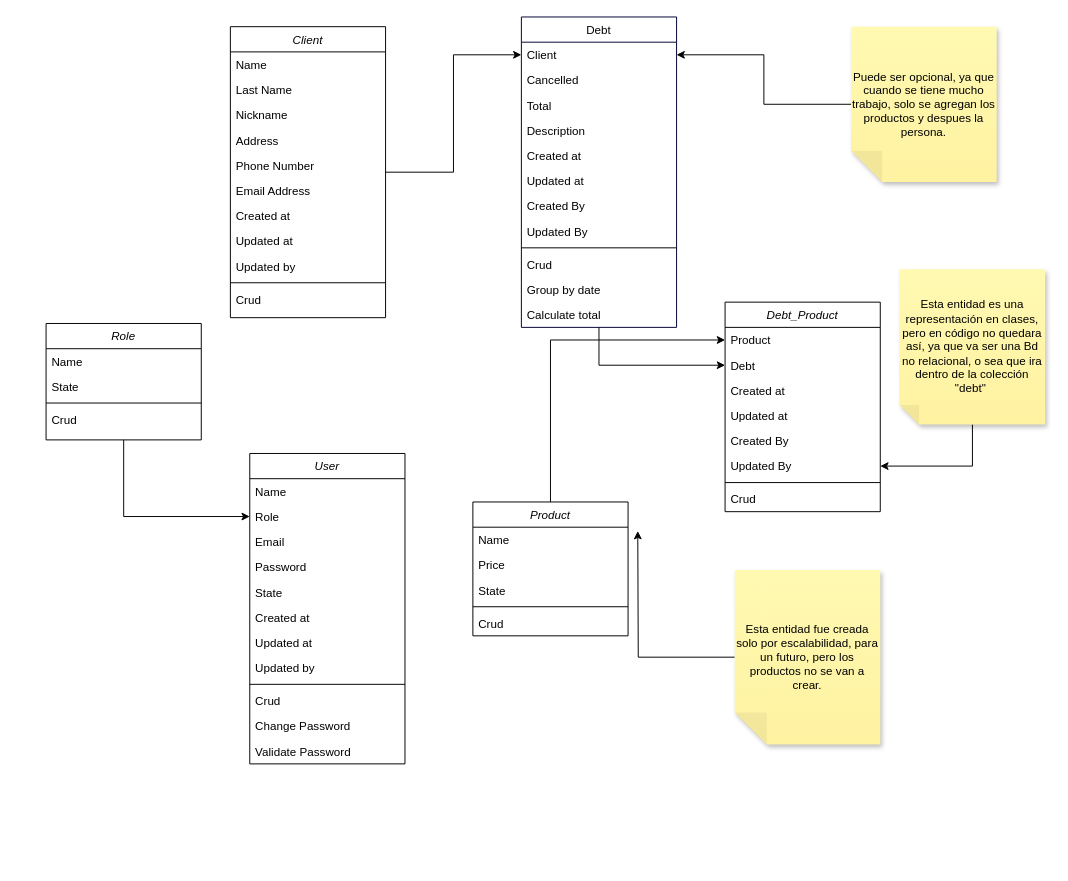
Before: Diagrama sin título.drawio in JohnatanRamos/debt-control-api, a draw.io diagram. Source tidied: cells renumbered, new cells numbered last; positions are measured from the earlier drawing's top-left corner, leaving out a move shared by most shapes. Both pictures are drawn from the tidied source at 97%, with x=0, y=0 at pixel (46, 16).
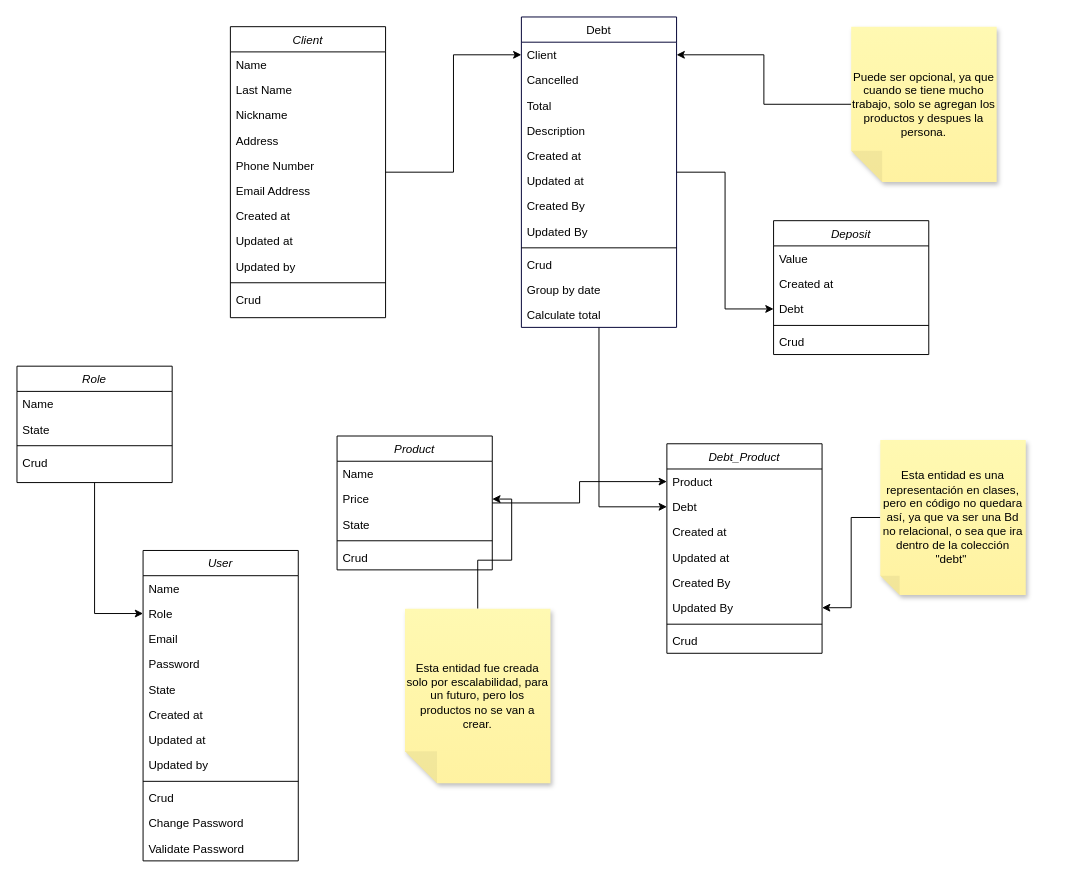
After the change.

The change refers to these unchanged cells:
```xml
<mxCell id="16" value="Debt" style="swimlane;fontStyle=0;align=center;verticalAlign=top;horizontal=1;startSize=26;rounded=0;shadow=0;strokeWidth=1;strokeColor=#000033;labelBorderColor=none;" parent="1" vertex="1">
  <mxGeometry x="490" width="160" height="320" as="geometry" />
</mxCell>
<mxCell id="32" value="Price" style="text;align=left;verticalAlign=top;spacingLeft=4;spacingRight=4;overflow=hidden;points=[[0,0.5],[1,0.5]];portConstraint=eastwest;rounded=0;shadow=0;html=0;labelBorderColor=none;" parent="30" vertex="1">
  <mxGeometry y="52" width="160" height="26" as="geometry" />
</mxCell>
```

The edit, as a diff of the source:
```diff
@@
+    <mxCell id="70" style="edgeStyle=orthogonalEdgeStyle;rounded=0;jettySize=auto;html=1;" parent="1" edge="1" source="16" target="74">
+      <mxGeometry relative="1" as="geometry" />
+    </mxCell>
@@
     <mxCell id="30" value="Product" style="swimlane;fontStyle=2;align=center;verticalAlign=top;horizontal=1;startSize=26;rounded=0;shadow=0;strokeWidth=1;labelBorderColor=none;" parent="1" vertex="1">
-      <mxGeometry x="440" y="500" width="160" height="138" as="geometry" />
+      <mxGeometry x="300" y="432" width="160" height="138" as="geometry" />
     </mxCell>
@@
     <mxCell id="36" value="User" style="swimlane;fontStyle=2;align=center;verticalAlign=top;horizontal=1;startSize=26;rounded=0;shadow=0;strokeWidth=1;labelBorderColor=none;" parent="1" vertex="1">
-      <mxGeometry x="210" y="450" width="160" height="320" as="geometry" />
+      <mxGeometry x="100" y="550" width="160" height="320" as="geometry" />
     </mxCell>
@@
     <mxCell id="50" value="Role" style="swimlane;fontStyle=2;align=center;verticalAlign=top;horizontal=1;startSize=26;rounded=0;shadow=0;strokeWidth=1;labelBorderColor=none;" parent="1" vertex="1">
-      <mxGeometry y="316" width="160" height="120" as="geometry" />
+      <mxGeometry x="-30" y="360" width="160" height="120" as="geometry" />
     </mxCell>
@@
-    <mxCell id="57" style="edgeStyle=orthogonalEdgeStyle;rounded=0;jettySize=auto;html=1;" parent="1" edge="1" source="58">
-      <mxGeometry relative="1" as="geometry">
-        <mxPoint x="610" y="530" as="targetPoint" />
-      </mxGeometry>
+    <mxCell id="57" style="edgeStyle=orthogonalEdgeStyle;rounded=0;jettySize=auto;html=1;entryX=1;entryY=0.5;entryDx=0;entryDy=0;" parent="1" edge="1" source="58" target="32">
+      <mxGeometry relative="1" as="geometry" />
     </mxCell>
     <mxCell id="58" value="Esta entidad fue creada solo por escalabilidad, para un futuro, pero los productos no se van a crear." style="shape=note;whiteSpace=wrap;html=1;backgroundOutline=1;fontColor=#000000;darkOpacity=0.05;fillColor=#FFF9B2;strokeColor=none;fillStyle=solid;direction=west;gradientDirection=north;gradientColor=#FFF2A1;shadow=1;size=33;" parent="1" vertex="1">
-      <mxGeometry x="710" y="570" width="150" height="180" as="geometry" />
+      <mxGeometry x="370" y="610" width="150" height="180" as="geometry" />
     </mxCell>
     <mxCell id="59" value="Debt_Product" style="swimlane;fontStyle=2;align=center;verticalAlign=top;horizontal=1;startSize=26;rounded=0;shadow=0;strokeWidth=1;labelBorderColor=none;" parent="1" vertex="1">
-      <mxGeometry x="700" y="294" width="160" height="216" as="geometry" />
+      <mxGeometry x="640" y="440" width="160" height="216" as="geometry" />
     </mxCell>
@@
     <mxCell id="69" value="Esta entidad es una representación en clases, pero en código no quedara así, ya que va ser una Bd no relacional, o sea que ira dentro de la colección &quot;debt&quot;&amp;nbsp;" style="shape=note;whiteSpace=wrap;html=1;backgroundOutline=1;fontColor=#000000;darkOpacity=0.05;fillColor=#FFF9B2;strokeColor=none;fillStyle=solid;direction=west;gradientDirection=north;gradientColor=#FFF2A1;shadow=1;size=20;" parent="1" vertex="1">
-      <mxGeometry x="880" y="260" width="150" height="160" as="geometry" />
+      <mxGeometry x="860" y="436" width="150" height="160" as="geometry" />
     </mxCell>
+    <mxCell id="71" value="Deposit" style="swimlane;fontStyle=2;align=center;verticalAlign=top;horizontal=1;startSize=26;rounded=0;shadow=0;strokeWidth=1;labelBorderColor=none;" parent="1" vertex="1">
+      <mxGeometry x="750" y="210" width="160" height="138" as="geometry" />
+    </mxCell>
+    <mxCell id="72" value="Value" style="text;align=left;verticalAlign=top;spacingLeft=4;spacingRight=4;overflow=hidden;labelBorderColor=none;" parent="71" vertex="1">
+      <mxGeometry y="26" width="160" height="26" as="geometry" />
+    </mxCell>
+    <mxCell id="73" value="Created at" style="text;align=left;verticalAlign=top;spacingLeft=4;spacingRight=4;overflow=hidden;rounded=0;shadow=0;html=0;labelBorderColor=none;" parent="71" vertex="1">
+      <mxGeometry y="52" width="160" height="26" as="geometry" />
+    </mxCell>
+    <mxCell id="74" value="Debt" style="text;align=left;verticalAlign=top;spacingLeft=4;spacingRight=4;overflow=hidden;points=[[0,0.5],[1,0.5]];portConstraint=eastwest;rounded=0;shadow=0;html=0;labelBorderColor=none;" parent="71" vertex="1">
+      <mxGeometry y="78" width="160" height="26" as="geometry" />
+    </mxCell>
+    <mxCell id="75" style="line;html=1;strokeWidth=1;align=left;verticalAlign=middle;spacingTop=-1;spacingLeft=3;spacingRight=3;labelPosition=right;labelBorderColor=none;" parent="71" vertex="1">
+      <mxGeometry y="104" width="160" height="8" as="geometry" />
+    </mxCell>
+    <mxCell id="76" value="Crud" style="text;align=left;verticalAlign=top;spacingLeft=4;spacingRight=4;overflow=hidden;labelBorderColor=none;" parent="71" vertex="1">
+      <mxGeometry y="112" width="160" height="26" as="geometry" />
+    </mxCell>
```
